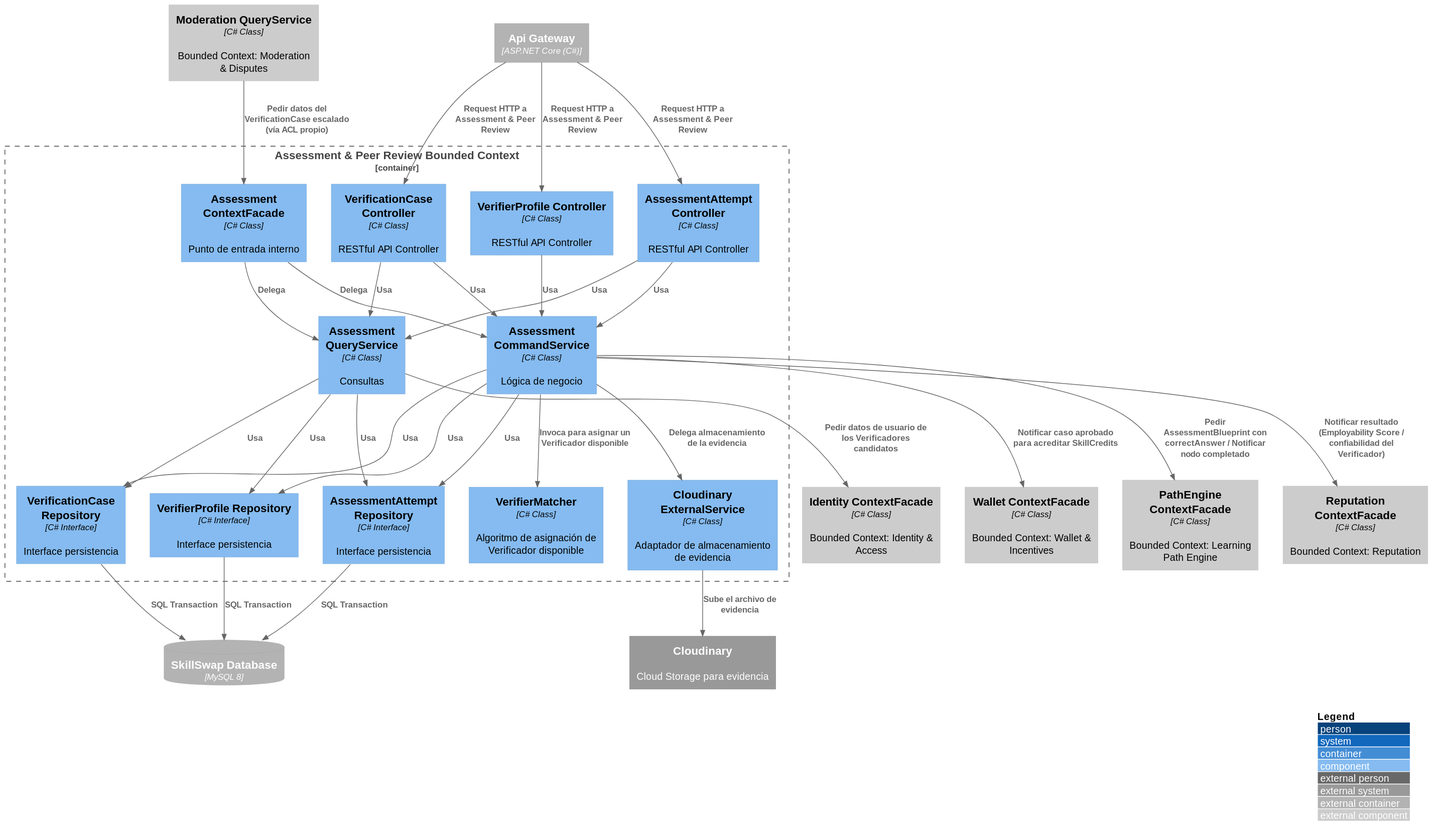
Earlier version of the PlantUML export images-doc/AssessmentPeerReviewComponent.svg (Aplicaciones-Dispositivos-Moviles/SkillSwap-ProjectReport).
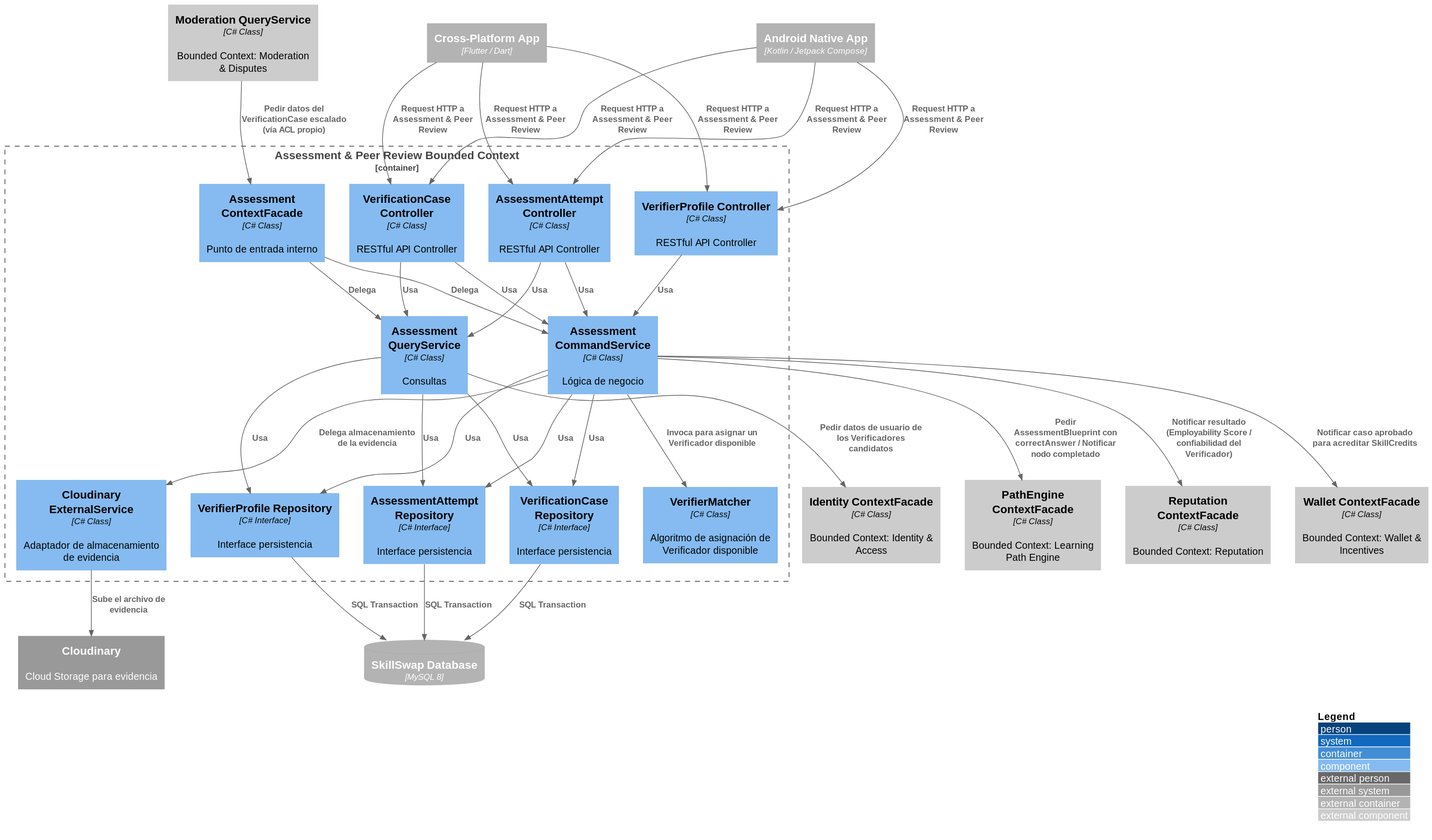
After the commit.

Change to the diagram source:
```diff
@@ -3,7 +3,8 @@
 
 LAYOUT_WITH_LEGEND()
 
-Container_Ext(apiGateway, "Api Gateway", "ASP.NET Core (C#)")
+Container_Ext(androidApp, "Android Native App", "Kotlin / Jetpack Compose")
+Container_Ext(flutterApp, "Cross-Platform App", "Flutter / Dart")
 ContainerDb_Ext(mainDB, "SkillSwap Database", "MySQL 8")
 System_Ext(cloudStorage, "Cloudinary", "Cloud Storage para evidencia")
 
@@ -27,9 +28,12 @@
 Component_Ext(walletContextFacade, "Wallet ContextFacade", "C# Class", "Bounded Context: Wallet & Incentives")
 Component_Ext(moderationQueryService, "Moderation QueryService", "C# Class", "Bounded Context: Moderation & Disputes")
 
-Rel(apiGateway, assessmentAttemptController, "Request HTTP a Assessment & Peer Review")
-Rel(apiGateway, verificationCaseController, "Request HTTP a Assessment & Peer Review")
-Rel(apiGateway, verifierProfileController, "Request HTTP a Assessment & Peer Review")
+Rel(androidApp, assessmentAttemptController, "Request HTTP a Assessment & Peer Review")
+Rel(flutterApp, assessmentAttemptController, "Request HTTP a Assessment & Peer Review")
+Rel(androidApp, verificationCaseController, "Request HTTP a Assessment & Peer Review")
+Rel(flutterApp, verificationCaseController, "Request HTTP a Assessment & Peer Review")
+Rel(androidApp, verifierProfileController, "Request HTTP a Assessment & Peer Review")
+Rel(flutterApp, verifierProfileController, "Request HTTP a Assessment & Peer Review")
 
 Rel(assessmentAttemptController, assessmentCommandService, "Usa")
 Rel(assessmentAttemptController, assessmentQueryService, "Usa")
```
